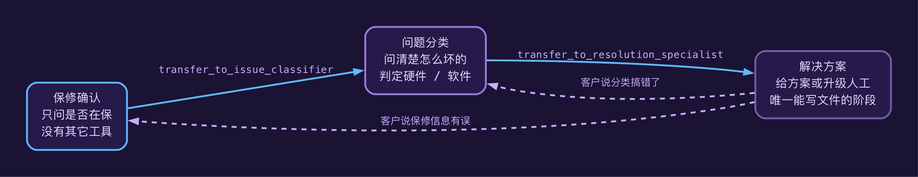
Above: docs/assets/support-stages.png in sailor723/langconfig (Graphviz), before the change. Its source is kept beside it as docs/assets/support-stages.dot.
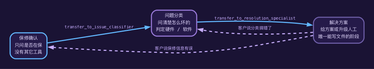
After the commit.

Diff of the diagram source:
```diff
@@ -1,14 +1,14 @@
 digraph stages {
   rankdir=LR;
   bgcolor="#1A1334";
-  pad=0.45;
-  nodesep=0.65;
+  pad=0.30;
+  nodesep=0.55;
   ranksep=1.05;
   fontname="Menlo";
 
-  node [shape=box, style="rounded,filled", penwidth=2.2, fontname="Menlo", fontsize=14,
-        margin="0.24,0.14", fillcolor="#251A49", color="#9B7BDB", fontcolor="#E5DBFF"];
-  edge [fontname="Menlo", fontsize=12, color="#62B7FF", fontcolor="#C7AEFF",
+  node [shape=box, style="rounded,filled", penwidth=2.2, fontname="Menlo", fontsize=10,
+        margin="0.14,0.07", fillcolor="#251A49", color="#9B7BDB", fontcolor="#E5DBFF"];
+  edge [fontname="Menlo", fontsize=9, color="#62B7FF", fontcolor="#C7AEFF",
         penwidth=2.2, arrowsize=0.9];
 
   w [label="保修确认\n只问是否在保\n没有其它工具", color="#62B7FF"];
```
